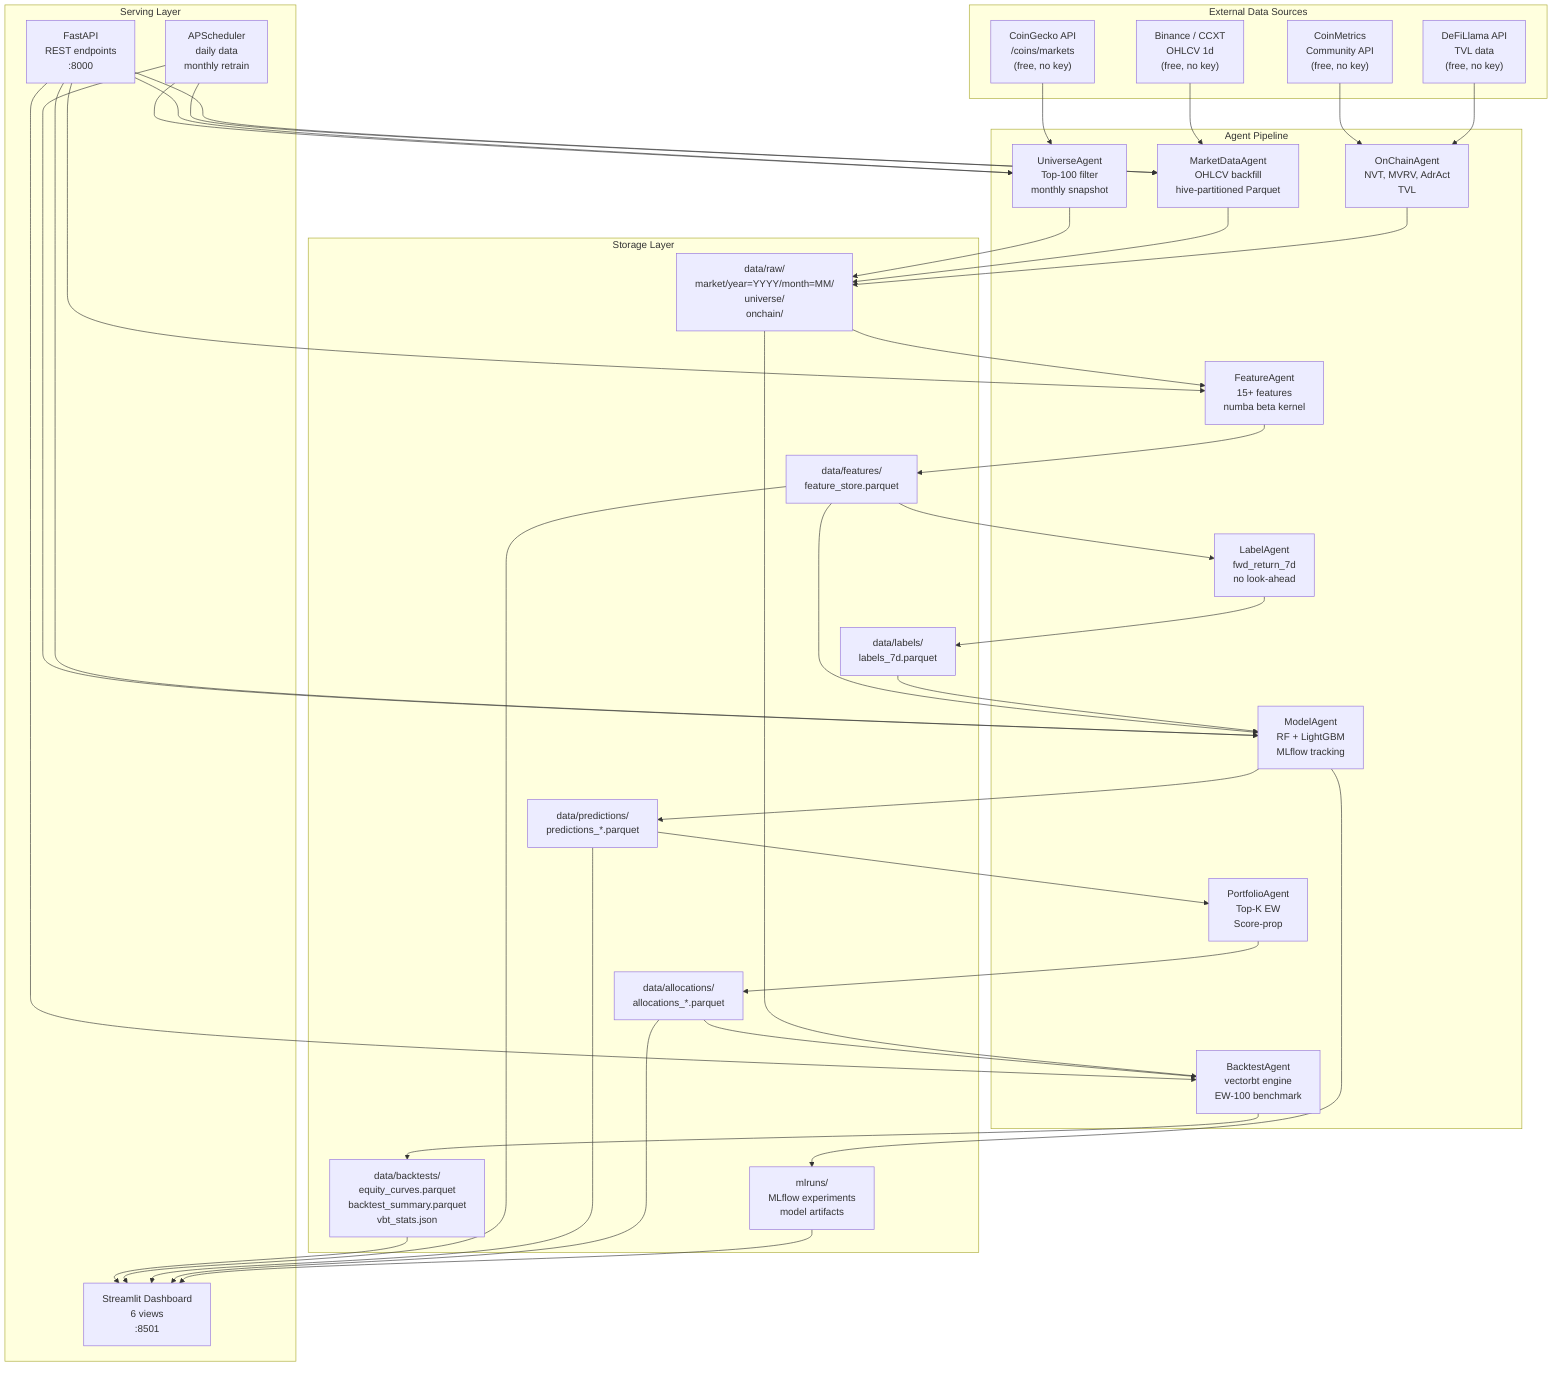
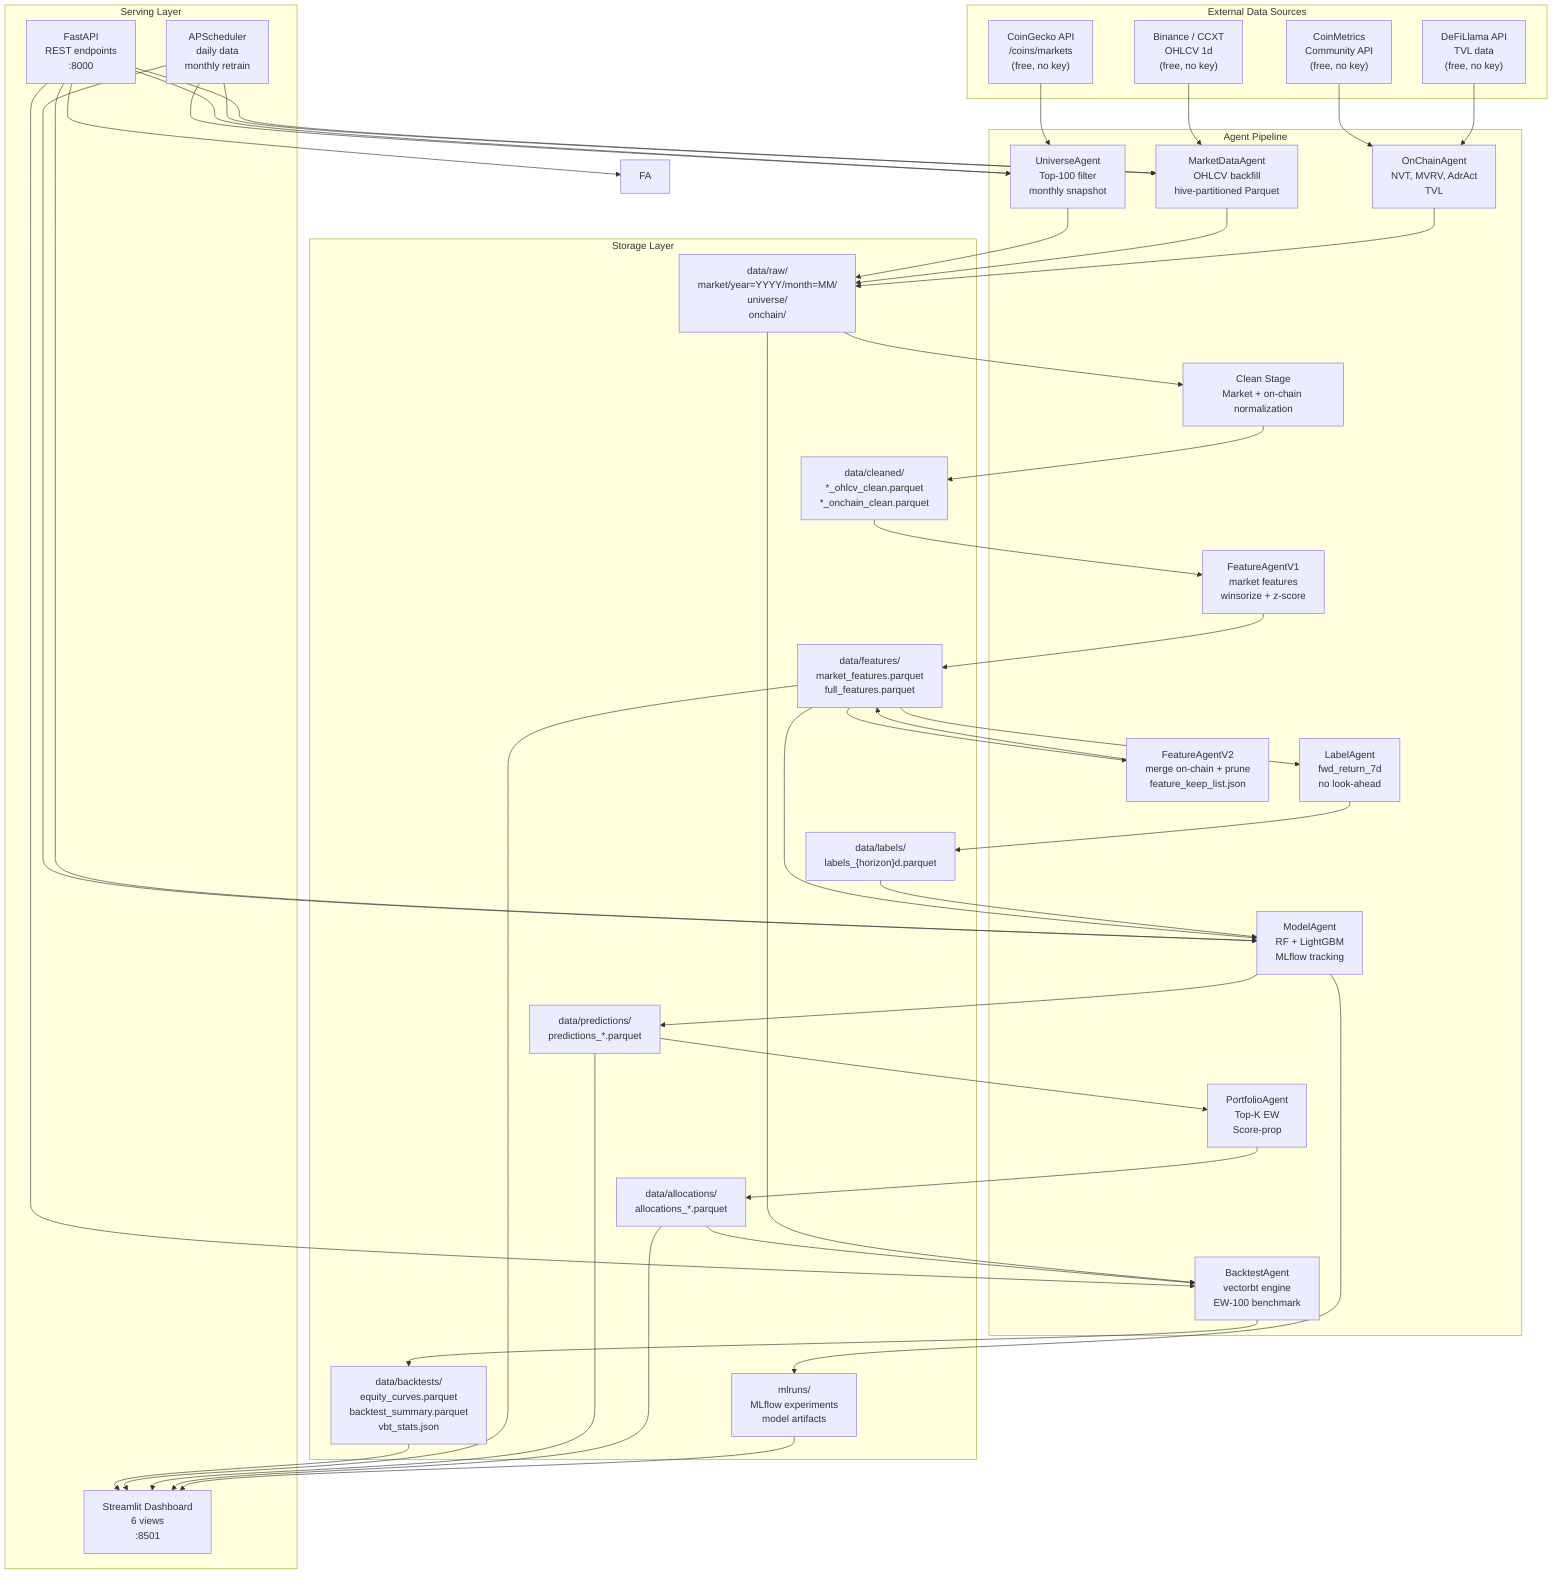
flowchart TD
    subgraph DATA_SOURCES["External Data Sources"]
        CG["CoinGecko API\n/coins/markets\n(free, no key)"]
        BN["Binance / CCXT\nOHLCV 1d\n(free, no key)"]
        CM["CoinMetrics\nCommunity API\n(free, no key)"]
        DL["DeFiLlama API\nTVL data\n(free, no key)"]
    end

    subgraph AGENTS["Agent Pipeline"]
        UA["UniverseAgent\nTop-100 filter\nmonthly snapshot"]
        MDA["MarketDataAgent\nOHLCV backfill\nhive-partitioned Parquet"]
        OCA["OnChainAgent\nNVT, MVRV, AdrAct\nTVL"]
-         FA["FeatureAgent\n15+ features\nnumba beta kernel"]
+         CLEAN["Clean Stage\nMarket + on-chain normalization"]
+         FA1["FeatureAgentV1\nmarket features\nwinsorize + z-score"]
+         FA2["FeatureAgentV2\nmerge on-chain + prune\nfeature_keep_list.json"]
        LA["LabelAgent\nfwd_return_7d\nno look-ahead"]
        MA["ModelAgent\nRF + LightGBM\nMLflow tracking"]
        PA["PortfolioAgent\nTop-K EW\nScore-prop"]
        BA["BacktestAgent\nvectorbt engine\nEW-100 benchmark"]
    end

    subgraph STORAGE["Storage Layer"]
        RAW["data/raw/\nmarket/year=YYYY/month=MM/\nuniverse/\nonchain/"]
-         FEAT["data/features/\nfeature_store.parquet"]
-         LABELS["data/labels/\nlabels_7d.parquet"]
+         CLEANED["data/cleaned/\n*_ohlcv_clean.parquet\n*_onchain_clean.parquet"]
+         FEAT["data/features/\nmarket_features.parquet\nfull_features.parquet"]
+         LABELS["data/labels/\nlabels_{horizon}d.parquet"]
        PREDS["data/predictions/\npredictions_*.parquet"]
        ALLOC["data/allocations/\nallocations_*.parquet"]
        BT["data/backtests/\nequity_curves.parquet\nbacktest_summary.parquet\nvbt_stats.json"]
        MLFLOW["mlruns/\nMLflow experiments\nmodel artifacts"]
    end

    subgraph SERVING["Serving Layer"]
        API["FastAPI\nREST endpoints\n:8000"]
        DASH["Streamlit Dashboard\n6 views\n:8501"]
        SCHED["APScheduler\ndaily data\nmonthly retrain"]
    end

    CG --> UA
    BN --> MDA
    CM --> OCA
    DL --> OCA

    UA --> RAW
    MDA --> RAW
    OCA --> RAW

-     RAW --> FA
-     FA --> FEAT
+     RAW --> CLEAN
+     CLEAN --> CLEANED
+     CLEANED --> FA1
+     FA1 --> FEAT
+     FEAT --> FA2
+     FA2 --> FEAT
    FEAT --> LA
    LA --> LABELS

    FEAT --> MA
    LABELS --> MA
    MA --> PREDS
    MA --> MLFLOW

    PREDS --> PA
    PA --> ALLOC

    ALLOC --> BA
    RAW --> BA
    BA --> BT

    BT --> DASH
    FEAT --> DASH
    PREDS --> DASH
    ALLOC --> DASH
    MLFLOW --> DASH

    SCHED --> UA
    SCHED --> MDA
    SCHED --> MA

    API --> UA
    API --> MDA
    API --> FA
    API --> MA
    API --> BA
